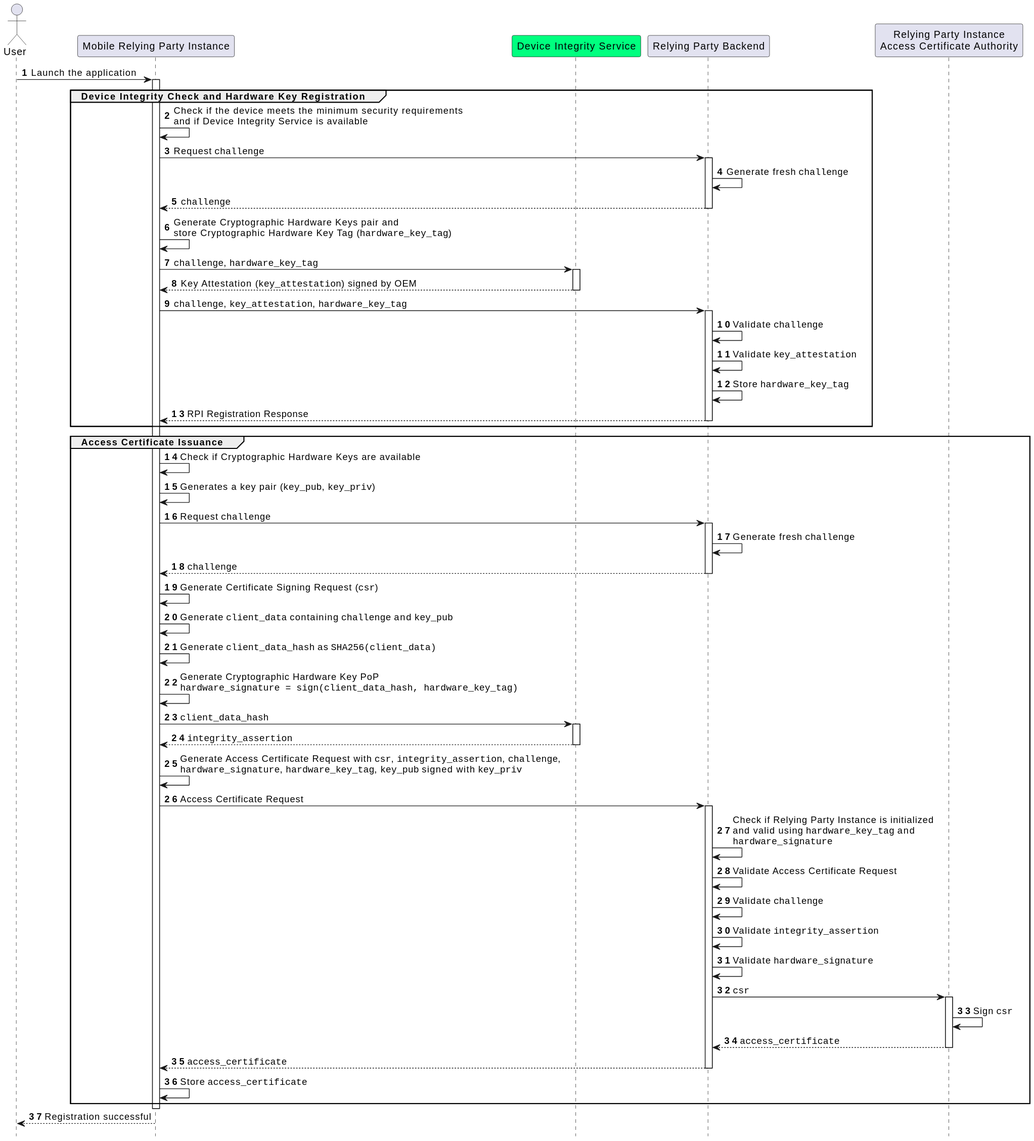
Earlier version of the PlantUML export images/RelyingParty_Instance_Mobile_Registration.svg (italia/eid-wallet-it-docs).
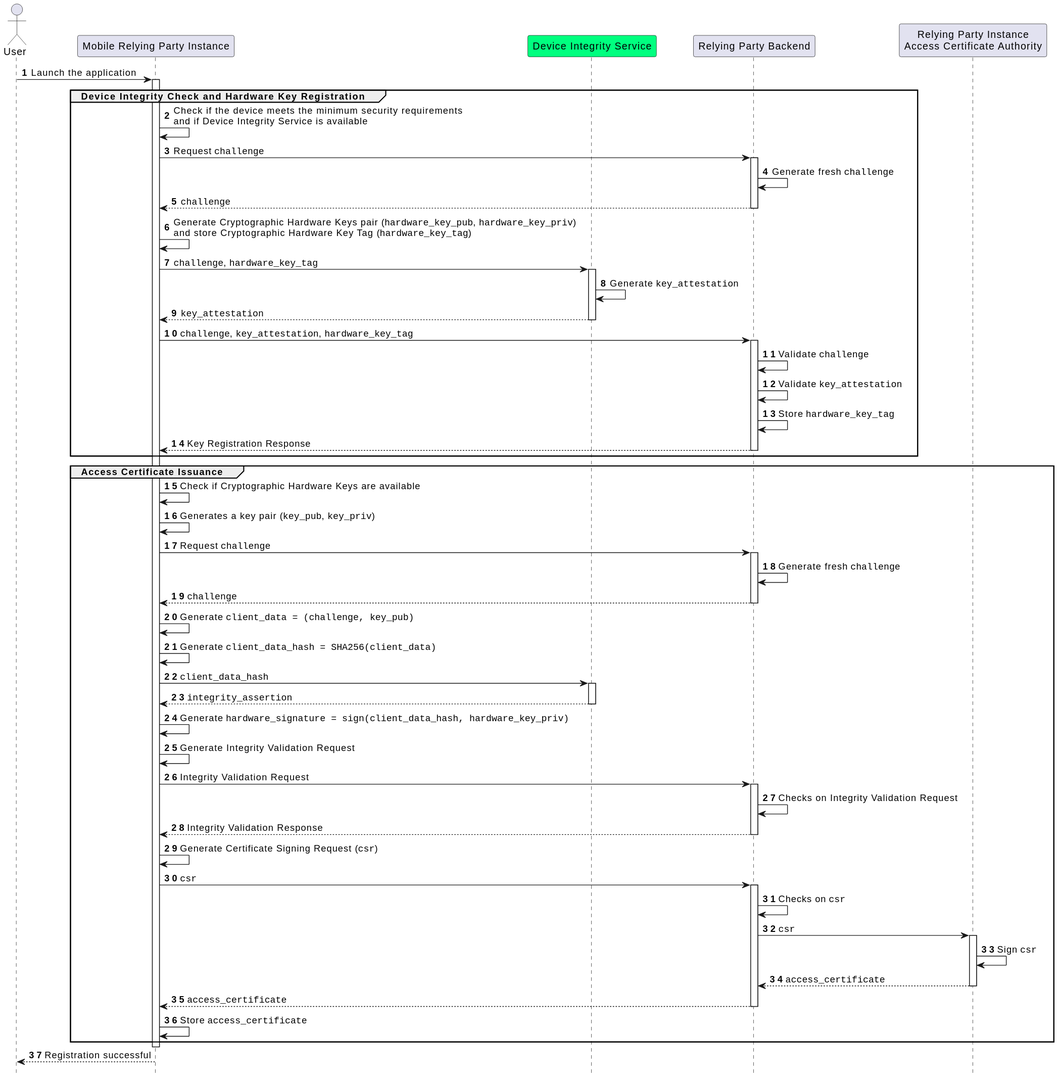
Later version of the same file.

Commit message:
feat: add Relying Party Endpoints, update Mobile Relying Party registration flow, minor fixes

Diff of the diagram source:
```diff
@@ -22,12 +22,14 @@
 bck-->app: ""challenge""
 deactivate bck
 
-app->app: Generate Cryptographic Hardware Keys pair and\nstore Cryptographic Hardware Key Tag (""hardware_key_tag"")
+app->app: Generate Cryptographic Hardware Keys pair (""hardware_key_pub"", ""hardware_key_priv"")\nand store Cryptographic Hardware Key Tag (""hardware_key_tag"")
 
 app->aats: ""challenge"", ""hardware_key_tag""
 activate aats
 
-aats-->app: Key Attestation (""key_attestation"") signed by OEM
+aats->aats: Generate ""key_attestation""
+
+aats-->app: ""key_attestation""
 deactivate aats
 
 app->bck: ""challenge"", ""key_attestation"", ""hardware_key_tag""
@@ -39,7 +41,7 @@
 
 bck->bck: Store ""hardware_key_tag""
 
-bck-->app: RPI Registration Response
+bck-->app: Key Registration Response
 
 deactivate bck
 end group
@@ -55,13 +57,9 @@
 bck-->app: ""challenge""
 deactivate bck
 
-app->app: Generate Certificate Signing Request (""csr"")
+app->app: Generate ""client_data = (challenge, key_pub)""
 
-app->app: Generate ""client_data"" containing ""challenge"" and ""key_pub""
-
-app->app: Generate ""client_data_hash"" as ""SHA256(client_data)""
-
-app->app: Generate Cryptographic Hardware Key PoP\n""hardware_signature = sign(client_data_hash, hardware_key_tag)""
+app->app: Generate ""client_data_hash = SHA256(client_data)""
 
 app->aats: ""client_data_hash""
 activate aats
@@ -69,20 +67,24 @@
 aats-->app: ""integrity_assertion""
 deactivate aats
 
-app->app: Generate Access Certificate Request with ""csr"", ""integrity_assertion"", ""challenge"",\n""hardware_signature"", ""hardware_key_tag"", ""key_pub"" signed with ""key_priv""
+app->app: Generate ""hardware_signature = sign(client_data_hash, hardware_key_priv)""
 
-app->bck: Access Certificate Request
+app->app: Generate Integrity Validation Request
+
+app->bck: Integrity Validation Request
 
 activate bck
-bck->bck: Check if Relying Party Instance is initialized\nand valid using ""hardware_key_tag"" and\n""hardware_signature""
+bck->bck: Checks on Integrity Validation Request
 
-bck->bck: Validate Access Certificate Request
+bck-->app: Integrity Validation Response
+deactivate bck
 
-bck->bck: Validate ""challenge""
+app->app: Generate Certificate Signing Request (""csr"")
 
-bck->bck: Validate ""integrity_assertion""
+app->bck: ""csr""
+activate bck
 
-bck->bck: Validate ""hardware_signature""
+bck->bck: Checks on ""csr""
 
 bck->ca: ""csr""
 activate ca
```
